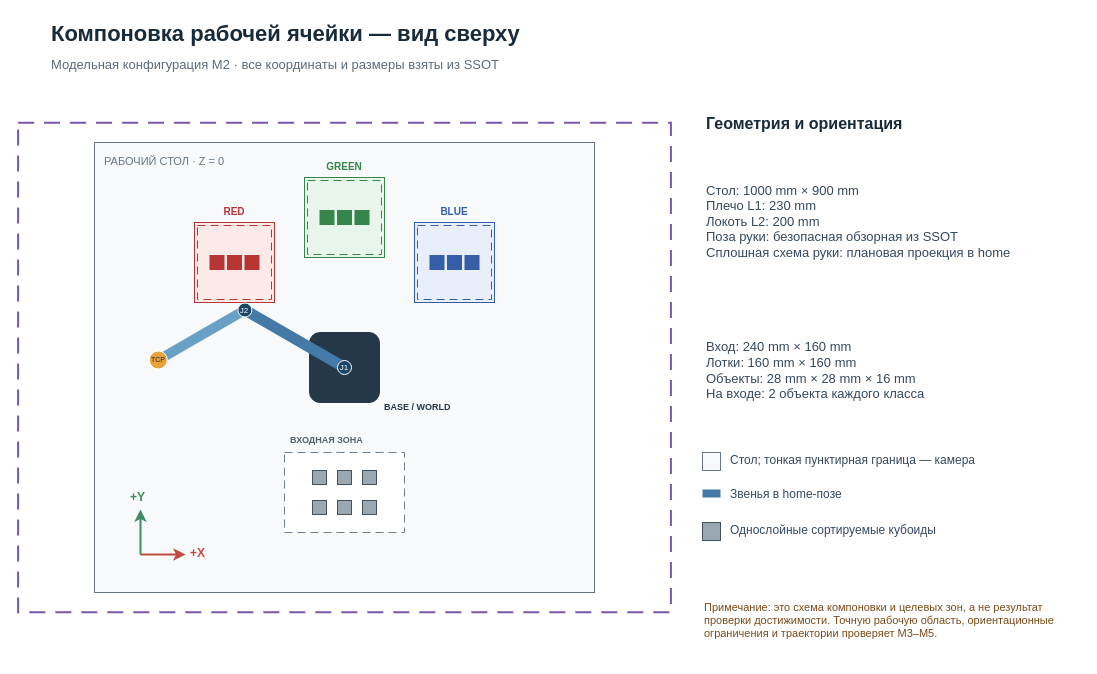
This is 03_Модель_и_схемы/source/Компоновка_ячейки_M2.drawio from Garun-mp4/kursach-ruslan, a draw.io file, before an edit. Source tidied: cells renumbered, new cells numbered last; positions are measured from the earlier drawing's top-left corner, leaving out a move shared by most shapes. Both pictures are drawn from the tidied source at 100%, with x=0, y=0 at pixel (18, 17).
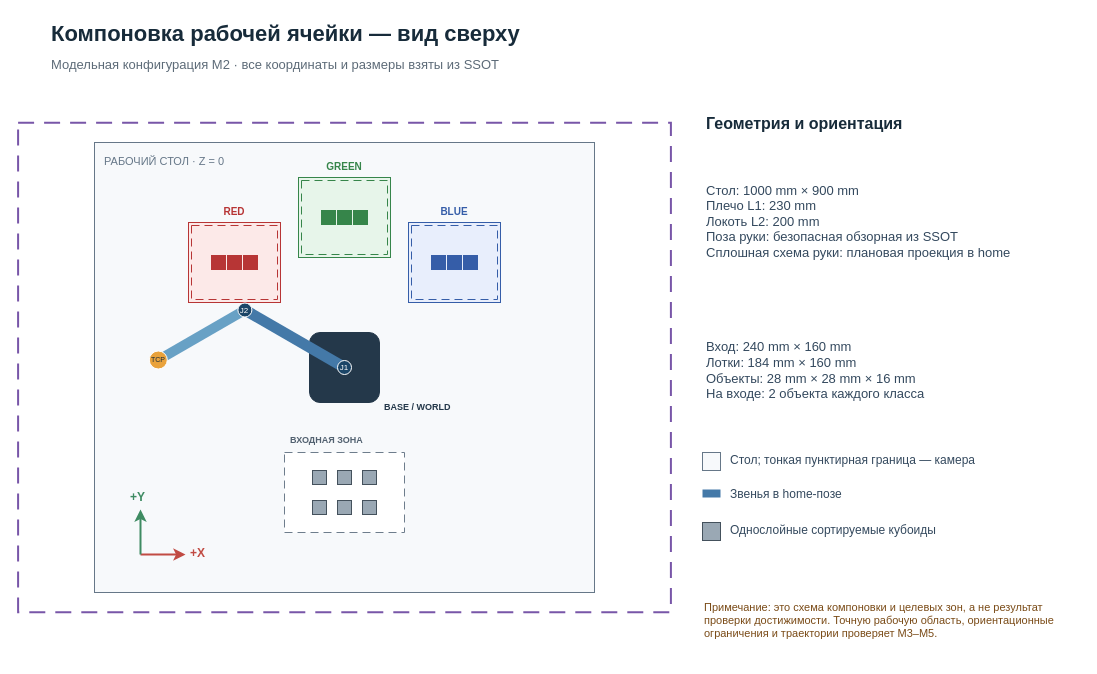
The same page after the edit.

The edit, as a diff of the source:
```diff
@@
     <mxCell id="14" style="shape=rectangle;whiteSpace=wrap;html=1;fillColor=#FCE9E8;strokeColor=#B73535;fontColor=#B73535;fontSize=12;fontFamily=Arial;align=center;verticalAlign=middle;rounded=0;opacity=100;fontStyle=1;" parent="1" vertex="1">
-      <mxGeometry x="176" y="205" width="80" height="80" as="geometry" />
+      <mxGeometry x="170" y="205" width="92" height="80" as="geometry" />
     </mxCell>
     <mxCell id="15" value="RED" style="shape=rectangle;whiteSpace=wrap;html=1;fillColor=none;strokeColor=none;fontColor=#B73535;fontSize=10;fontFamily=Arial;align=center;verticalAlign=middle;rounded=0;opacity=100;fontStyle=1;" parent="1" vertex="1">
-      <mxGeometry x="176" y="184" width="80" height="20" as="geometry" />
+      <mxGeometry x="170" y="184" width="92" height="20" as="geometry" />
     </mxCell>
     <mxCell id="16" style="shape=rectangle;whiteSpace=wrap;html=1;fillColor=none;strokeColor=#B73535;fontColor=#B73535;fontSize=8;fontFamily=Arial;align=center;verticalAlign=middle;rounded=0;opacity=100;dashed=1;dashPattern=8 5;" parent="1" vertex="1">
-      <mxGeometry x="179" y="208" width="74" height="74" as="geometry" />
+      <mxGeometry x="173" y="208" width="86" height="74" as="geometry" />
     </mxCell>
     <mxCell id="17" style="shape=rectangle;whiteSpace=wrap;html=1;fillColor=#B73535;strokeColor=#B73535;fontColor=#172B3A;fontSize=8;fontFamily=Arial;align=center;verticalAlign=middle;rounded=0;opacity=100;" parent="1" vertex="1">
-      <mxGeometry x="191.5" y="238" width="14" height="14" as="geometry" />
+      <mxGeometry x="193" y="238" width="14" height="14" as="geometry" />
     </mxCell>
@@
     <mxCell id="19" style="shape=rectangle;whiteSpace=wrap;html=1;fillColor=#B73535;strokeColor=#B73535;fontColor=#172B3A;fontSize=8;fontFamily=Arial;align=center;verticalAlign=middle;rounded=0;opacity=100;" parent="1" vertex="1">
-      <mxGeometry x="226.5" y="238" width="14" height="14" as="geometry" />
+      <mxGeometry x="225" y="238" width="14" height="14" as="geometry" />
     </mxCell>
     <mxCell id="20" style="shape=rectangle;whiteSpace=wrap;html=1;fillColor=#E7F5EA;strokeColor=#36854A;fontColor=#36854A;fontSize=12;fontFamily=Arial;align=center;verticalAlign=middle;rounded=0;opacity=100;fontStyle=1;" parent="1" vertex="1">
-      <mxGeometry x="286" y="160" width="80" height="80" as="geometry" />
+      <mxGeometry x="280" y="160" width="92" height="80" as="geometry" />
     </mxCell>
     <mxCell id="21" value="GREEN" style="shape=rectangle;whiteSpace=wrap;html=1;fillColor=none;strokeColor=none;fontColor=#36854A;fontSize=10;fontFamily=Arial;align=center;verticalAlign=middle;rounded=0;opacity=100;fontStyle=1;" parent="1" vertex="1">
-      <mxGeometry x="286" y="139" width="80" height="20" as="geometry" />
+      <mxGeometry x="280" y="139" width="92" height="20" as="geometry" />
     </mxCell>
     <mxCell id="22" style="shape=rectangle;whiteSpace=wrap;html=1;fillColor=none;strokeColor=#36854A;fontColor=#36854A;fontSize=8;fontFamily=Arial;align=center;verticalAlign=middle;rounded=0;opacity=100;dashed=1;dashPattern=8 5;" parent="1" vertex="1">
-      <mxGeometry x="289" y="163" width="74" height="74" as="geometry" />
+      <mxGeometry x="283" y="163" width="86" height="74" as="geometry" />
     </mxCell>
     <mxCell id="23" style="shape=rectangle;whiteSpace=wrap;html=1;fillColor=#36854A;strokeColor=#36854A;fontColor=#172B3A;fontSize=8;fontFamily=Arial;align=center;verticalAlign=middle;rounded=0;opacity=100;" parent="1" vertex="1">
-      <mxGeometry x="301.5" y="193" width="14" height="14" as="geometry" />
+      <mxGeometry x="303" y="193" width="14" height="14" as="geometry" />
     </mxCell>
@@
     <mxCell id="25" style="shape=rectangle;whiteSpace=wrap;html=1;fillColor=#36854A;strokeColor=#36854A;fontColor=#172B3A;fontSize=8;fontFamily=Arial;align=center;verticalAlign=middle;rounded=0;opacity=100;" parent="1" vertex="1">
-      <mxGeometry x="336.5" y="193" width="14" height="14" as="geometry" />
+      <mxGeometry x="335" y="193" width="14" height="14" as="geometry" />
     </mxCell>
     <mxCell id="26" style="shape=rectangle;whiteSpace=wrap;html=1;fillColor=#E8EEFC;strokeColor=#355DA8;fontColor=#355DA8;fontSize=12;fontFamily=Arial;align=center;verticalAlign=middle;rounded=0;opacity=100;fontStyle=1;" parent="1" vertex="1">
-      <mxGeometry x="396" y="205" width="80" height="80" as="geometry" />
+      <mxGeometry x="390" y="205" width="92" height="80" as="geometry" />
     </mxCell>
     <mxCell id="27" value="BLUE" style="shape=rectangle;whiteSpace=wrap;html=1;fillColor=none;strokeColor=none;fontColor=#355DA8;fontSize=10;fontFamily=Arial;align=center;verticalAlign=middle;rounded=0;opacity=100;fontStyle=1;" parent="1" vertex="1">
-      <mxGeometry x="396" y="184" width="80" height="20" as="geometry" />
+      <mxGeometry x="390" y="184" width="92" height="20" as="geometry" />
     </mxCell>
     <mxCell id="28" style="shape=rectangle;whiteSpace=wrap;html=1;fillColor=none;strokeColor=#355DA8;fontColor=#355DA8;fontSize=8;fontFamily=Arial;align=center;verticalAlign=middle;rounded=0;opacity=100;dashed=1;dashPattern=8 5;" parent="1" vertex="1">
-      <mxGeometry x="399" y="208" width="74" height="74" as="geometry" />
+      <mxGeometry x="393" y="208" width="86" height="74" as="geometry" />
     </mxCell>
     <mxCell id="29" style="shape=rectangle;whiteSpace=wrap;html=1;fillColor=#355DA8;strokeColor=#355DA8;fontColor=#172B3A;fontSize=8;fontFamily=Arial;align=center;verticalAlign=middle;rounded=0;opacity=100;" parent="1" vertex="1">
-      <mxGeometry x="411.5" y="238" width="14" height="14" as="geometry" />
+      <mxGeometry x="413" y="238" width="14" height="14" as="geometry" />
     </mxCell>
@@
     <mxCell id="31" style="shape=rectangle;whiteSpace=wrap;html=1;fillColor=#355DA8;strokeColor=#355DA8;fontColor=#172B3A;fontSize=8;fontFamily=Arial;align=center;verticalAlign=middle;rounded=0;opacity=100;" parent="1" vertex="1">
-      <mxGeometry x="446.5" y="238" width="14" height="14" as="geometry" />
+      <mxGeometry x="445" y="238" width="14" height="14" as="geometry" />
     </mxCell>
@@
-    <mxCell id="45" value="Вход: 240 mm × 160 mm&#10;Лотки: 160 mm × 160 mm&#10;Объекты: 28 mm × 28 mm × 16 mm&#10;На входе: 2 объекта каждого класса" style="shape=rectangle;whiteSpace=wrap;html=1;fillColor=none;strokeColor=none;fontColor=#34495E;fontSize=13;fontFamily=Arial;align=left;verticalAlign=middle;rounded=0;opacity=100;" parent="1" vertex="1">
+    <mxCell id="45" value="Вход: 240 mm × 160 mm&#10;Лотки: 184 mm × 160 mm&#10;Объекты: 28 mm × 28 mm × 16 mm&#10;На входе: 2 объекта каждого класса" style="shape=rectangle;whiteSpace=wrap;html=1;fillColor=none;strokeColor=none;fontColor=#34495E;fontSize=13;fontFamily=Arial;align=left;verticalAlign=middle;rounded=0;opacity=100;" parent="1" vertex="1">
       <mxGeometry x="686" y="297" width="350" height="112" as="geometry" />
     </mxCell>
```
